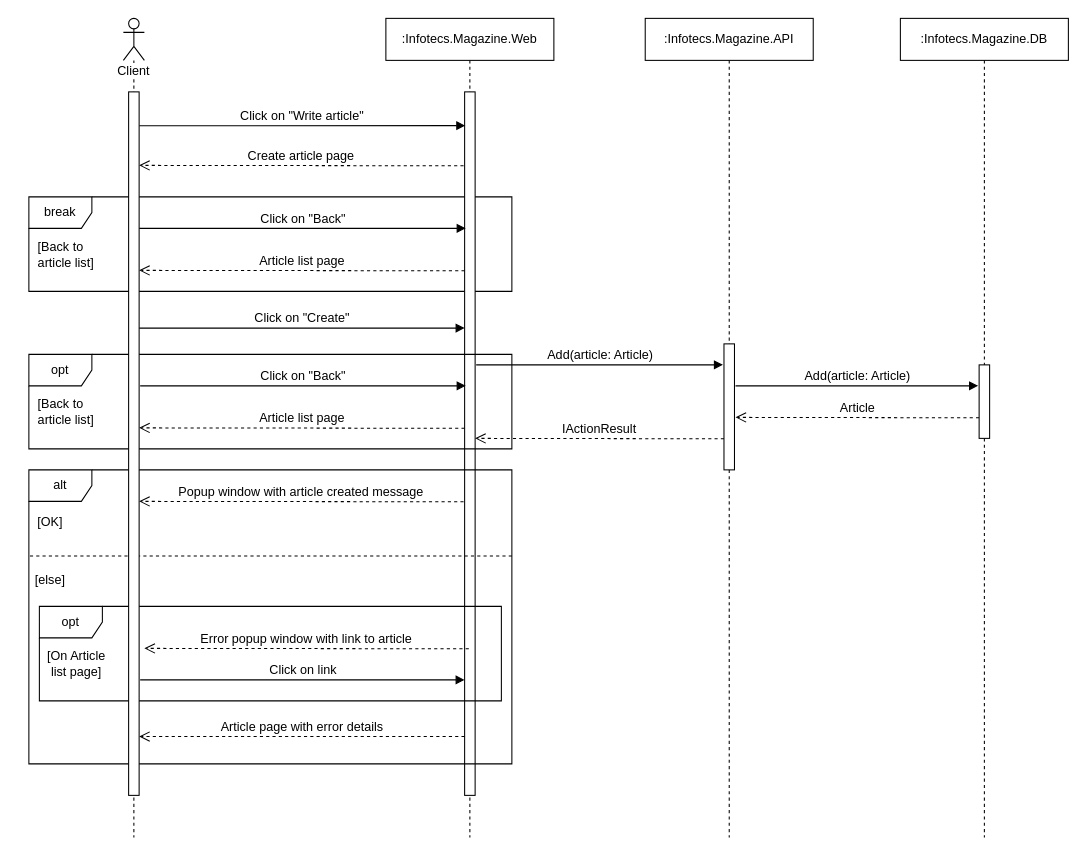
Earlier version of the draw.io diagram Artifacts/Sequence Diagram Create Article.drawio (HelenMakarchuk/Infotecs.Tasks). Source tidied: cells renumbered, new cells numbered last; positions are measured from the earlier drawing's top-left corner, leaving out a move shared by most shapes. Both pictures are drawn from the tidied source at 105%, with x=0, y=0 at pixel (18, 18).
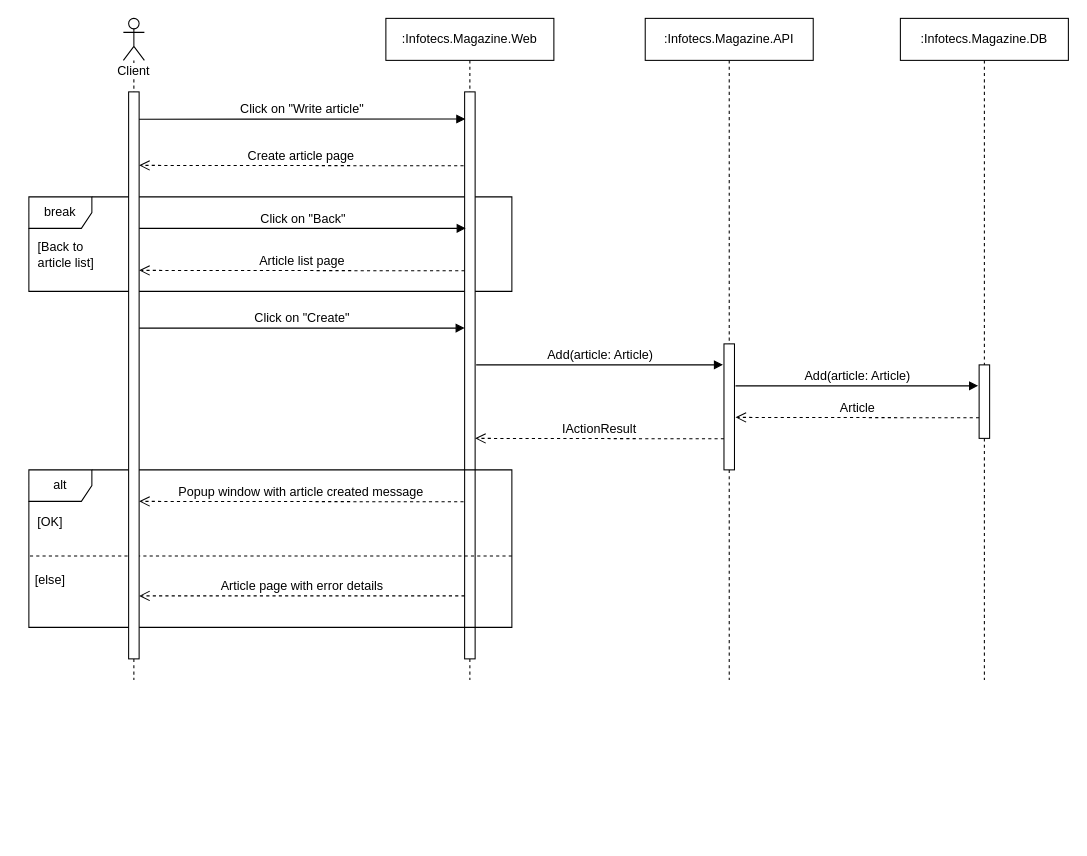
Above is the later version.

The edit, as a diff of the source:
```diff
@@
     <mxCell id="3" value=":Infotecs.Magazine.Web" style="shape=umlLifeline;perimeter=lifelinePerimeter;whiteSpace=wrap;html=1;fontSize=12;" parent="1" vertex="1">
-      <mxGeometry x="350" width="160" height="780" as="geometry" />
+      <mxGeometry x="350" width="160" height="630" as="geometry" />
     </mxCell>
     <mxCell id="4" style="html=1;points=[];perimeter=orthogonalPerimeter;fontSize=12;" parent="3" vertex="1">
-      <mxGeometry x="75" y="70" width="10" height="670" as="geometry" />
+      <mxGeometry x="75" y="70" width="10" height="540" as="geometry" />
     </mxCell>
-    <mxCell id="5" value="Click on &quot;Write article&quot;" style="html=1;verticalAlign=bottom;endArrow=block;exitX=1.009;exitY=0.048;exitDx=0;exitDy=0;exitPerimeter=0;entryX=0.064;entryY=0.048;entryDx=0;entryDy=0;entryPerimeter=0;fontSize=12;" parent="1" edge="1" target="4">
+    <mxCell id="5" value="Click on &quot;Write article&quot;" style="html=1;verticalAlign=bottom;endArrow=block;entryX=0.064;entryY=0.048;entryDx=0;entryDy=0;entryPerimeter=0;fontSize=12;" parent="1" edge="1" target="4">
       <mxGeometry relative="1" as="geometry">
-        <mxPoint x="115.1" y="102.2" as="sourcePoint" />
+        <mxPoint x="114" y="96" as="sourcePoint" />
       </mxGeometry>
     </mxCell>
@@
-    <mxCell id="10" value="opt" style="shape=umlFrame;whiteSpace=wrap;html=1;fontSize=12;" parent="1" vertex="1">
-      <mxGeometry x="10" y="320" width="460" height="90" as="geometry" />
-    </mxCell>
-    <mxCell id="11" value="Click on &quot;Back&quot;" style="html=1;verticalAlign=bottom;endArrow=block;exitX=1.009;exitY=0.048;exitDx=0;exitDy=0;exitPerimeter=0;entryX=0.064;entryY=0.048;entryDx=0;entryDy=0;entryPerimeter=0;fontSize=12;" parent="1" edge="1">
-      <mxGeometry relative="1" as="geometry">
-        <mxPoint x="116" y="350" as="sourcePoint" />
-        <mxPoint x="426" y="350" as="targetPoint" />
-      </mxGeometry>
-    </mxCell>
-    <mxCell id="12" value="Article list page" style="html=1;verticalAlign=bottom;endArrow=open;dashed=1;endSize=8;exitX=0.073;exitY=0.158;exitDx=0;exitDy=0;exitPerimeter=0;entryX=1.103;entryY=0.157;entryDx=0;entryDy=0;entryPerimeter=0;fontSize=12;" parent="1" edge="1">
-      <mxGeometry relative="1" as="geometry">
-        <mxPoint x="425" y="390.4" as="sourcePoint" />
-        <mxPoint x="115" y="390" as="targetPoint" />
-      </mxGeometry>
-    </mxCell>
     <mxCell id="13" value="alt" style="shape=umlFrame;whiteSpace=wrap;html=1;fontSize=12;" parent="1" vertex="1">
-      <mxGeometry x="10" y="430" width="460" height="280" as="geometry" />
+      <mxGeometry x="10" y="430" width="460" height="150" as="geometry" />
     </mxCell>
@@
-    <mxCell id="19" value="opt" style="shape=umlFrame;whiteSpace=wrap;html=1;fontSize=12;" parent="1" vertex="1">
-      <mxGeometry x="20" y="560" width="440" height="90" as="geometry" />
-    </mxCell>
-    <mxCell id="20" value="[Back to &lt;br style=&quot;font-size: 12px;&quot;&gt;&amp;nbsp; &amp;nbsp;article list]" style="text;html=1;align=center;verticalAlign=middle;fontSize=12;" parent="1" vertex="1">
-      <mxGeometry y="360" width="80" height="30" as="geometry" />
-    </mxCell>
-    <mxCell id="21" value="[On Article&lt;br style=&quot;font-size: 12px;&quot;&gt;list page]" style="text;html=1;align=center;verticalAlign=middle;fontSize=12;" parent="1" vertex="1">
-      <mxGeometry x="20" y="600" width="70" height="30" as="geometry" />
-    </mxCell>
-    <mxCell id="22" value="Error popup window with link to article" style="html=1;verticalAlign=bottom;endArrow=open;dashed=1;endSize=8;exitX=0.073;exitY=0.158;exitDx=0;exitDy=0;exitPerimeter=0;entryX=1.103;entryY=0.157;entryDx=0;entryDy=0;entryPerimeter=0;fontSize=12;" parent="1" edge="1">
-      <mxGeometry relative="1" as="geometry">
-        <mxPoint x="429" y="600.4" as="sourcePoint" />
-        <mxPoint x="120" y="600" as="targetPoint" />
-      </mxGeometry>
-    </mxCell>
-    <mxCell id="23" value="Click on link" style="html=1;verticalAlign=bottom;endArrow=block;exitX=1.009;exitY=0.048;exitDx=0;exitDy=0;exitPerimeter=0;entryX=0.064;entryY=0.048;entryDx=0;entryDy=0;entryPerimeter=0;fontSize=12;" parent="1" edge="1">
-      <mxGeometry relative="1" as="geometry">
-        <mxPoint x="116" y="630" as="sourcePoint" />
-        <mxPoint x="425" y="630" as="targetPoint" />
-      </mxGeometry>
-    </mxCell>
     <mxCell id="24" value="Article page with error details" style="html=1;verticalAlign=bottom;endArrow=open;dashed=1;endSize=8;exitX=0.073;exitY=0.158;exitDx=0;exitDy=0;exitPerimeter=0;entryX=1.103;entryY=0.157;entryDx=0;entryDy=0;entryPerimeter=0;fontSize=12;" parent="1" edge="1">
       <mxGeometry relative="1" as="geometry">
-        <mxPoint x="425" y="684" as="sourcePoint" />
-        <mxPoint x="115" y="684" as="targetPoint" />
+        <mxPoint x="425" y="550" as="sourcePoint" />
+        <mxPoint x="115" y="550" as="targetPoint" />
       </mxGeometry>
     </mxCell>
     <mxCell id="25" value=":Infotecs.Magazine.API" style="shape=umlLifeline;perimeter=lifelinePerimeter;whiteSpace=wrap;html=1;fontSize=12;" parent="1" vertex="1">
-      <mxGeometry x="597" width="160" height="780" as="geometry" />
+      <mxGeometry x="597" width="160" height="630" as="geometry" />
     </mxCell>
@@
     <mxCell id="27" value=":Infotecs.Magazine.DB" style="shape=umlLifeline;perimeter=lifelinePerimeter;whiteSpace=wrap;html=1;fontSize=12;" parent="1" vertex="1">
-      <mxGeometry x="840" width="160" height="780" as="geometry" />
+      <mxGeometry x="840" width="160" height="630" as="geometry" />
     </mxCell>
@@
     <mxCell id="33" value="Client" style="shape=umlLifeline;participant=umlActor;perimeter=lifelinePerimeter;whiteSpace=wrap;html=1;verticalAlign=top;spacingTop=36;labelBackgroundColor=#ffffff;" parent="1" vertex="1">
-      <mxGeometry x="100" width="20" height="780" as="geometry" />
+      <mxGeometry x="100" width="20" height="630" as="geometry" />
     </mxCell>
     <mxCell id="34" style="html=1;perimeter=orthogonalPerimeter;fontSize=12;" parent="33" vertex="1">
-      <mxGeometry x="5" y="70" width="10" height="670" as="geometry" />
+      <mxGeometry x="5" y="70" width="10" height="540" as="geometry" />
     </mxCell>
```
